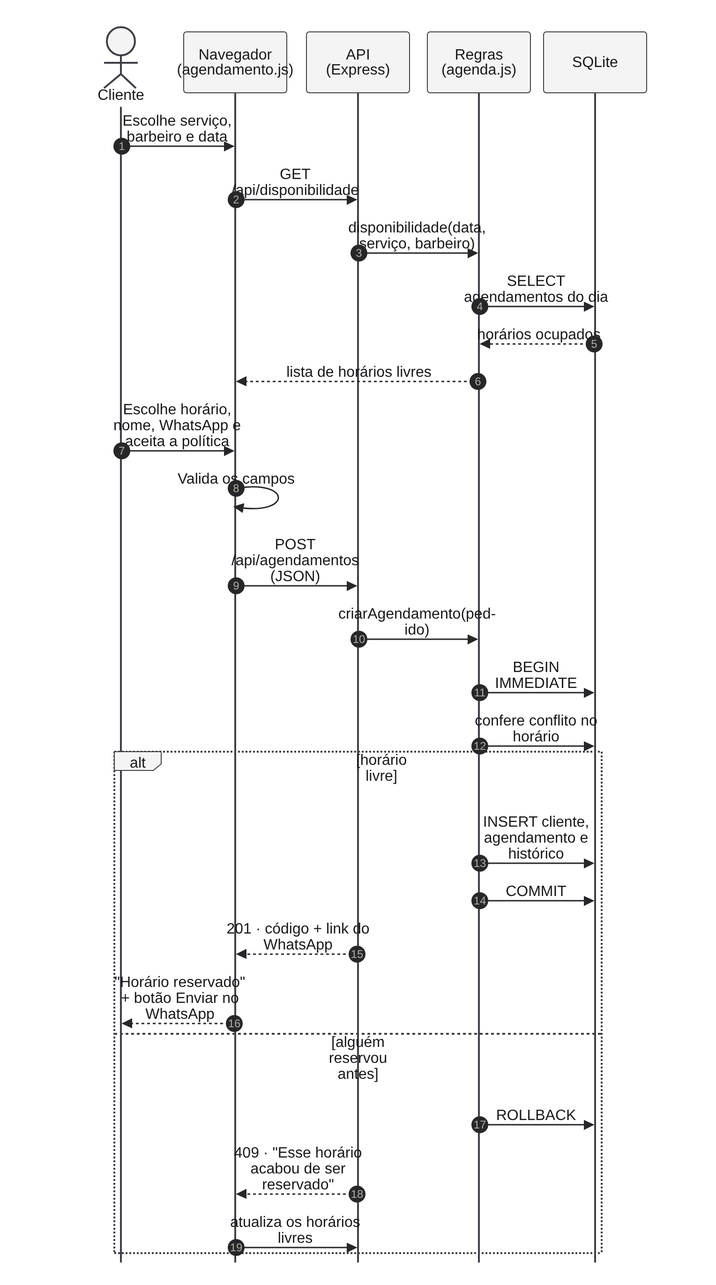
Earlier version of the Mermaid export docs/diagramas/07-sequencia.png (GustavoResendeDev/V2.AtividadeEscolar). Its source is kept beside it as docs/diagramas/fonte/07-sequencia.mmd. Source of this version:
```mermaid
sequenceDiagram
  autonumber
  actor C as Cliente
  participant N as Navegador<br/>(agendamento.js)
  participant A as API<br/>(Express)
  participant R as Regras<br/>(agenda.js)
  participant D as SQLite
  C->>N: Escolhe serviço, barbeiro e data
  N->>A: GET /api/disponibilidade
  A->>R: disponibilidade(data, serviço, barbeiro)
  R->>D: SELECT agendamentos do dia
  D-->>R: horários ocupados
  R-->>N: lista de horários livres
  C->>N: Escolhe horário, nome, WhatsApp e aceita a política
  N->>N: Valida os campos
  N->>A: POST /api/agendamentos (JSON)
  A->>R: criarAgendamento(pedido)
  R->>D: BEGIN IMMEDIATE
  R->>D: confere conflito no horário
  alt horário livre
    R->>D: INSERT cliente, agendamento e histórico
    R->>D: COMMIT
    A-->>N: 201 · código + link do WhatsApp
    N-->>C: "Horário reservado" + botão Enviar no WhatsApp
  else alguém reservou antes
    R->>D: ROLLBACK
    A-->>N: 409 · "Esse horário acabou de ser reservado"
    N->>A: atualiza os horários livres
  end
```
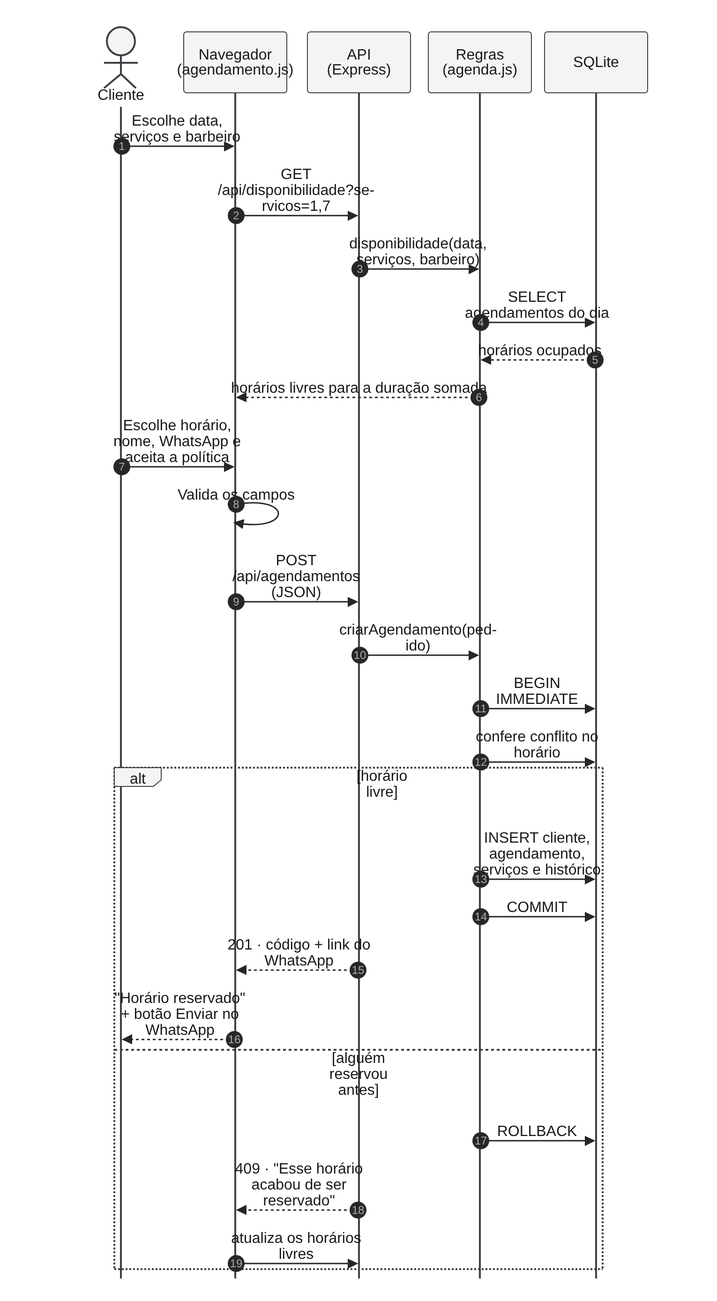
Later version of the same file.

Diff of the diagram source:
```diff
@@ -5,12 +5,12 @@
   participant A as API<br/>(Express)
   participant R as Regras<br/>(agenda.js)
   participant D as SQLite
-  C->>N: Escolhe serviço, barbeiro e data
-  N->>A: GET /api/disponibilidade
-  A->>R: disponibilidade(data, serviço, barbeiro)
+  C->>N: Escolhe data, serviços e barbeiro
+  N->>A: GET /api/disponibilidade?servicos=1,7
+  A->>R: disponibilidade(data, serviços, barbeiro)
   R->>D: SELECT agendamentos do dia
   D-->>R: horários ocupados
-  R-->>N: lista de horários livres
+  R-->>N: horários livres para a duração somada
   C->>N: Escolhe horário, nome, WhatsApp e aceita a política
   N->>N: Valida os campos
   N->>A: POST /api/agendamentos (JSON)
@@ -18,7 +18,7 @@
   R->>D: BEGIN IMMEDIATE
   R->>D: confere conflito no horário
   alt horário livre
-    R->>D: INSERT cliente, agendamento e histórico
+    R->>D: INSERT cliente, agendamento, serviços e histórico
     R->>D: COMMIT
     A-->>N: 201 · código + link do WhatsApp
     N-->>C: "Horário reservado" + botão Enviar no WhatsApp
```
